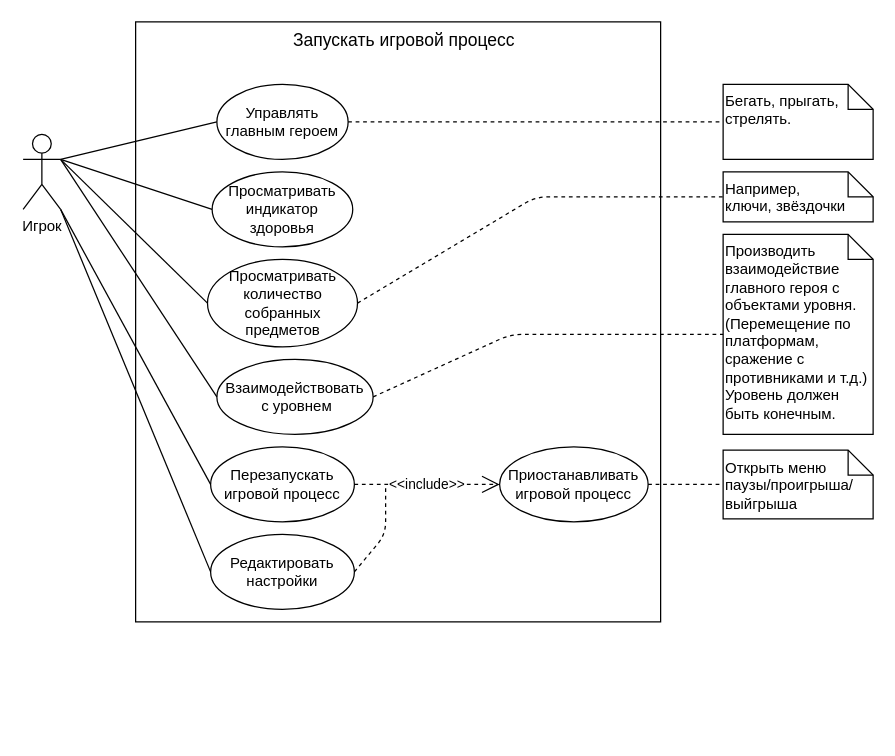
Before: page "play" (2 of 3) of doc/use-case/use-case.drawio in itfray/GameGrinch2D, a draw.io diagram. Source tidied: cells renumbered, new cells numbered last; positions are measured from the earlier drawing's top-left corner, leaving out a move shared by most shapes. Both pictures are drawn from the tidied source at 125%, with x=0, y=0 at pixel (22, 21).
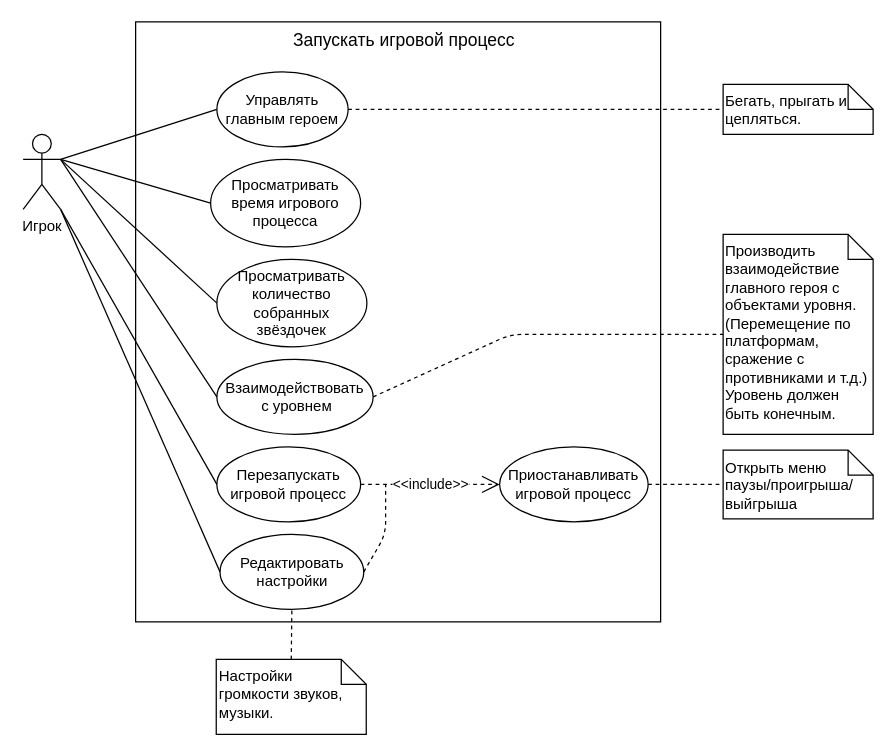
After the change.

The change refers to these unchanged cells:
```xml
<mxCell id="2" value="Игрок" style="shape=umlActor;verticalLabelPosition=bottom;verticalAlign=top;html=1;outlineConnect=0;" parent="1" vertex="1">
  <mxGeometry y="90" width="30" height="60" as="geometry" />
</mxCell>
```

What changed in the source:
```diff
@@
     <mxCell id="6" value="Управлять главным героем" style="ellipse;whiteSpace=wrap;html=1;" parent="1" vertex="1">
-      <mxGeometry x="155" y="50" width="105" height="60" as="geometry" />
+      <mxGeometry x="155" y="40" width="105" height="60" as="geometry" />
     </mxCell>
@@
-    <mxCell id="10" value="Просматривать индикатор здоровья" style="ellipse;whiteSpace=wrap;html=1;" parent="1" vertex="1">
-      <mxGeometry x="151.2" y="120" width="112.5" height="60" as="geometry" />
-    </mxCell>
-    <mxCell id="11" style="endArrow=none;html=1;exitX=1;exitY=0.3333333333333333;exitDx=0;exitDy=0;exitPerimeter=0;entryX=0;entryY=0.5;entryDx=0;entryDy=0;" parent="1" edge="1" source="2" target="10">
-      <mxGeometry relative="1" as="geometry" />
-    </mxCell>
@@
     <mxCell id="13" style="group;" parent="1" vertex="1">
-      <mxGeometry x="560" y="50" width="120" height="60" as="geometry" />
+      <mxGeometry x="560" y="50" width="120" height="40" as="geometry" />
     </mxCell>
     <mxCell id="14" style="shape=note;size=20;whiteSpace=wrap;html=1;" parent="13" vertex="1">
-      <mxGeometry width="120" height="60" as="geometry" />
+      <mxGeometry width="120" height="40" as="geometry" />
     </mxCell>
-    <mxCell id="15" value="Бегать, прыгать, стрелять." style="text;html=1;strokeColor=none;fillColor=none;align=left;verticalAlign=top;whiteSpace=wrap;rounded=0;" parent="13" vertex="1">
-      <mxGeometry width="120" height="60" as="geometry" />
+    <mxCell id="15" value="Бегать, прыгать и цепляться." style="text;html=1;strokeColor=none;fillColor=none;align=left;verticalAlign=top;whiteSpace=wrap;rounded=0;" parent="13" vertex="1">
+      <mxGeometry width="120" height="40" as="geometry" />
     </mxCell>
@@
     <mxCell id="23" value="Перезапускать игровой процесс" style="ellipse;whiteSpace=wrap;html=1;" parent="1" vertex="1">
-      <mxGeometry x="150" y="340" width="115" height="60" as="geometry" />
+      <mxGeometry x="155" y="340" width="115" height="60" as="geometry" />
     </mxCell>
@@
     <mxCell id="25" value="Редактировать настройки" style="ellipse;whiteSpace=wrap;html=1;" parent="1" vertex="1">
-      <mxGeometry x="150" y="410" width="115" height="60" as="geometry" />
+      <mxGeometry x="157.5" y="410" width="115" height="60" as="geometry" />
     </mxCell>
@@
-    <mxCell id="30" value="Просматривать количество &lt;br&gt;собранных &lt;br&gt;предметов" style="ellipse;whiteSpace=wrap;html=1;" parent="1" vertex="1">
-      <mxGeometry x="147.5" y="190" width="120" height="70" as="geometry" />
+    <mxCell id="30" value="Просматривать время игрового процесса" style="ellipse;whiteSpace=wrap;html=1;" parent="1" vertex="1">
+      <mxGeometry x="150" y="110" width="120" height="70" as="geometry" />
     </mxCell>
@@
-    <mxCell id="32" style="group;" parent="1" vertex="1">
-      <mxGeometry x="560" y="120" width="120" height="40" as="geometry" />
-    </mxCell>
-    <mxCell id="33" style="shape=note;size=20;whiteSpace=wrap;html=1;" parent="32" vertex="1">
-      <mxGeometry width="120" height="40" as="geometry" />
-    </mxCell>
-    <mxCell id="34" value="Например, &lt;br&gt;ключи, звёздочки" style="text;html=1;strokeColor=none;fillColor=none;align=left;verticalAlign=top;whiteSpace=wrap;rounded=0;" parent="32" vertex="1">
-      <mxGeometry width="120" height="40" as="geometry" />
-    </mxCell>
-    <mxCell id="35" style="endArrow=none;dashed=1;html=1;exitX=1;exitY=0.5;exitDx=0;exitDy=0;entryX=0;entryY=0.5;entryDx=0;entryDy=0;" parent="1" edge="1" source="30" target="34">
-      <mxGeometry relative="1" as="geometry">
-        <Array as="points">
-          <mxPoint x="410" y="140" />
-        </Array>
-      </mxGeometry>
-    </mxCell>
+    <mxCell id="36" value="Просматривать количество &lt;br&gt;собранных &lt;br&gt;звёздочек" style="ellipse;whiteSpace=wrap;html=1;" parent="1" vertex="1">
+      <mxGeometry x="155" y="190" width="120" height="70" as="geometry" />
+    </mxCell>
+    <mxCell id="37" style="endArrow=none;html=1;entryX=1;entryY=0.3333333333333333;entryDx=0;entryDy=0;entryPerimeter=0;exitX=0;exitY=0.5;exitDx=0;exitDy=0;" parent="1" edge="1" source="36" target="2">
+      <mxGeometry relative="1" as="geometry" />
+    </mxCell>
+    <mxCell id="38" style="group;" parent="1" vertex="1">
+      <mxGeometry x="154.5" y="510" width="120" height="60" as="geometry" />
+    </mxCell>
+    <mxCell id="39" style="shape=note;size=20;whiteSpace=wrap;html=1;" parent="38" vertex="1">
+      <mxGeometry width="120" height="60" as="geometry" />
+    </mxCell>
+    <mxCell id="40" value="Настройки громкости звуков, музыки." style="text;html=1;strokeColor=none;fillColor=none;align=left;verticalAlign=top;whiteSpace=wrap;rounded=0;" parent="38" vertex="1">
+      <mxGeometry width="120" height="60" as="geometry" />
+    </mxCell>
+    <mxCell id="41" style="endArrow=none;dashed=1;html=1;entryX=0.5;entryY=1;entryDx=0;entryDy=0;exitX=0.5;exitY=0;exitDx=0;exitDy=0;" parent="1" edge="1" source="40" target="25">
+      <mxGeometry relative="1" as="geometry" />
+    </mxCell>
```
